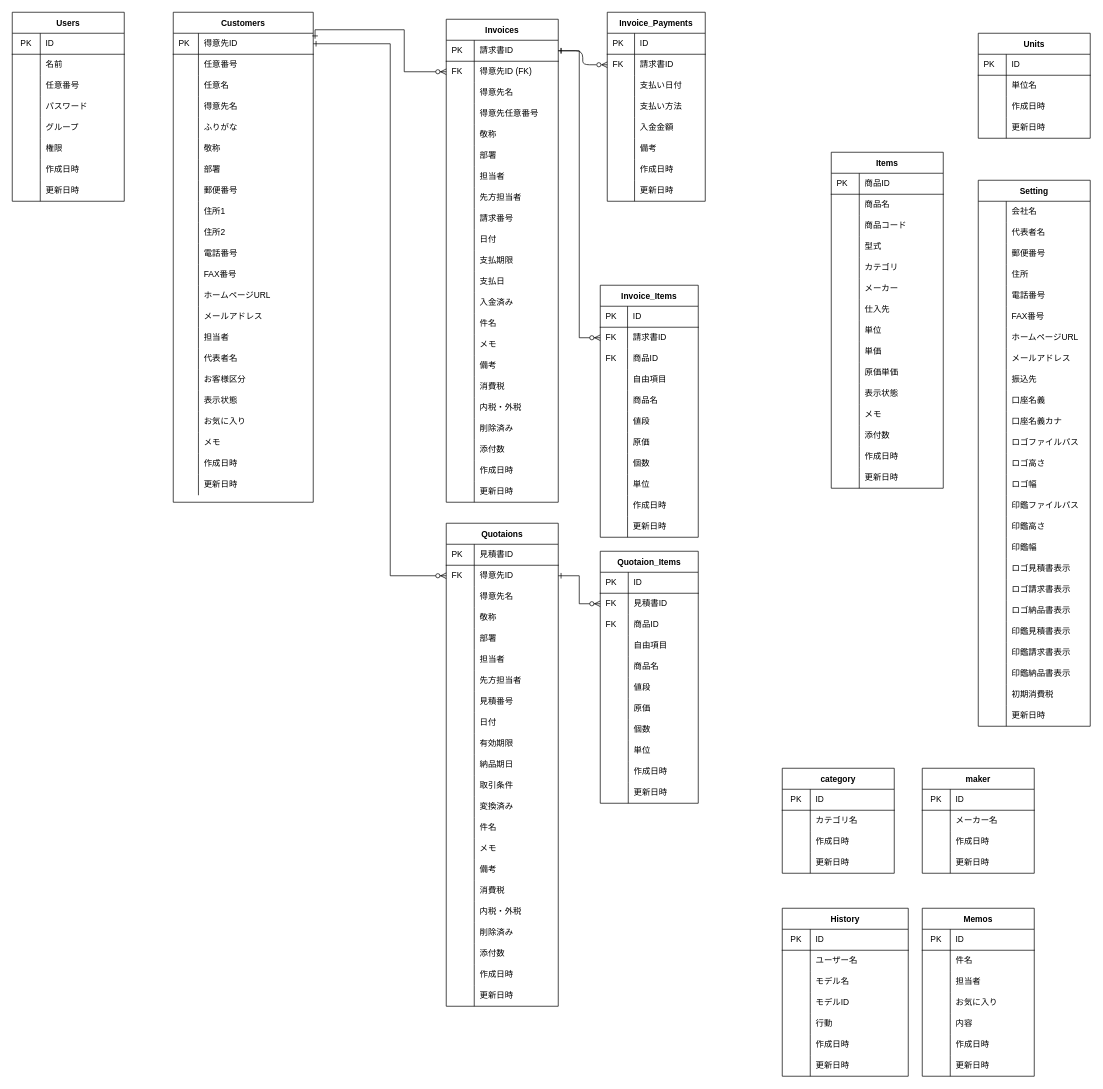
Before: soho_er.dio in gamasenninn/caddie-clone, a draw.io diagram. Source tidied: cells renumbered, new cells numbered last; positions are measured from the earlier drawing's top-left corner, leaving out a move shared by most shapes. Both pictures are drawn from the tidied source at 70%, with x=0, y=0 at pixel (12, 12).
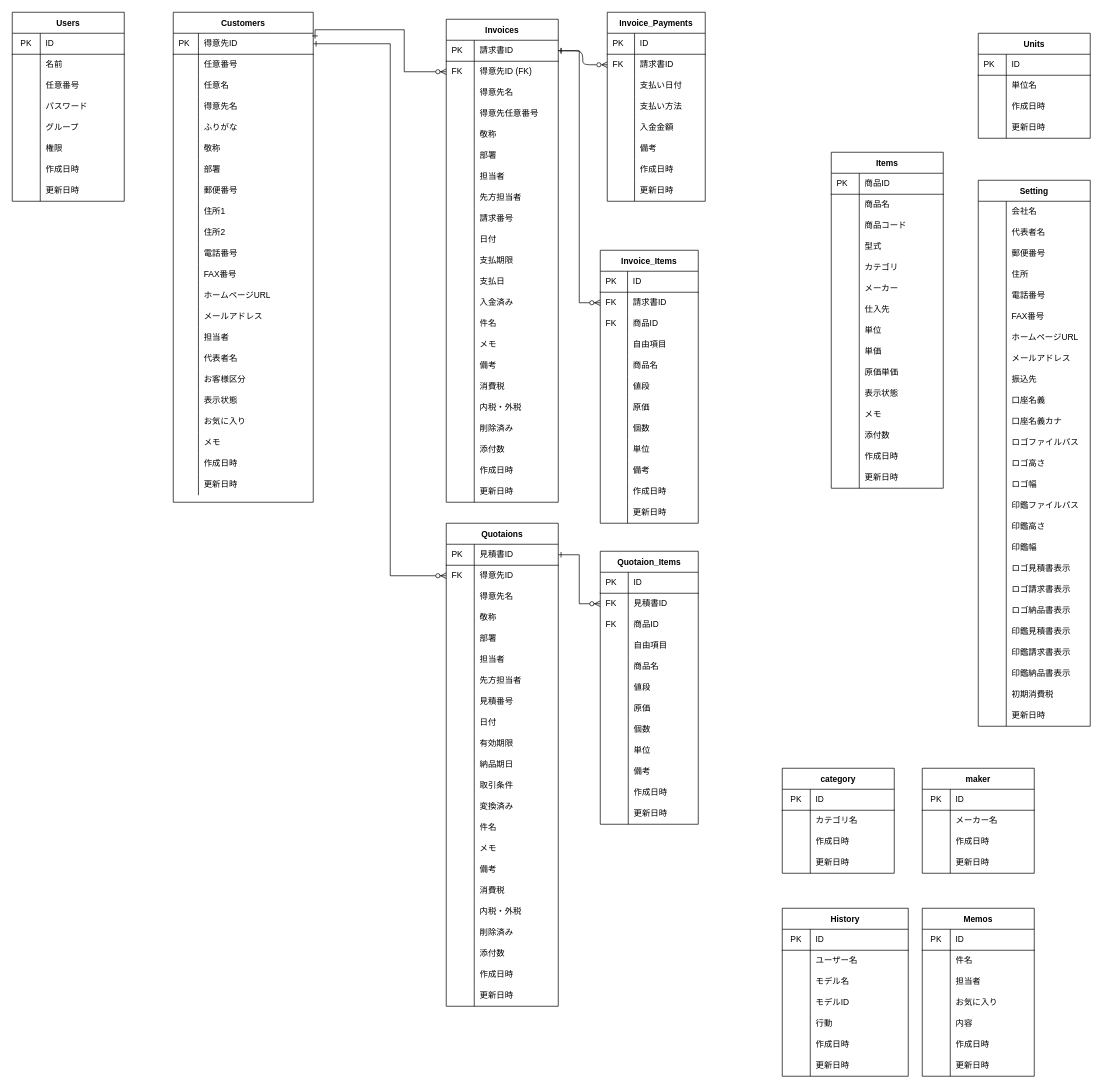
The same page after the edit.

Unchanged cells that the change refers to:
```xml
<mxCell id="217" style="shape=partialRectangle;html=1;whiteSpace=wrap;fillColor=none;top=0;left=0;bottom=1;right=0;points=[[0,0.5],[1,0.5]];portConstraint=eastwest;" parent="216" vertex="1">
  <mxGeometry y="30" width="160" height="30" as="geometry" />
</mxCell>
<mxCell id="220" style="shape=partialRectangle;html=1;whiteSpace=wrap;fillColor=none;top=0;left=0;bottom=0;right=0;points=[[0,0.5],[1,0.5]];portConstraint=eastwest;" parent="216" vertex="1">
  <mxGeometry y="60" width="160" height="30" as="geometry" />
</mxCell>
<mxCell id="287" style="shape=partialRectangle;html=1;whiteSpace=wrap;fillColor=none;top=0;left=0;bottom=0;right=0;points=[[0,0.5],[1,0.5]];portConstraint=eastwest;" parent="283" vertex="1">
  <mxGeometry y="60" width="140" height="30" as="geometry" />
</mxCell>
```

Diff of the diagram source:
```diff
@@
     <mxCell id="182" value="Invoice_Items" style="shape=table;startSize=30;childLayout=tableLayout;rowLines=0;fontStyle=1;align=center;" parent="1" vertex="1">
-      <mxGeometry x="840" y="390" width="140" height="360" as="geometry" />
+      <mxGeometry x="840" y="340" width="140" height="390" as="geometry" />
     </mxCell>
@@
+    <mxCell id="531" style="shape=partialRectangle;html=1;whiteSpace=wrap;fillColor=none;top=0;left=0;bottom=0;right=0;" parent="182" vertex="1">
+      <mxGeometry y="300" width="140" height="30" as="geometry" />
+    </mxCell>
+    <mxCell id="532" style="shape=partialRectangle;html=1;whiteSpace=wrap;fillColor=none;top=0;left=0;bottom=0;right=0;align=left;spacingLeft=6;overflow=hidden;" parent="531" vertex="1">
+      <mxGeometry width="39" height="30" as="geometry" />
+    </mxCell>
+    <mxCell id="533" value="備考" style="shape=partialRectangle;html=1;whiteSpace=wrap;fillColor=none;top=0;left=0;bottom=0;right=0;align=left;spacingLeft=6;overflow=hidden;" parent="531" vertex="1">
+      <mxGeometry x="39" width="101" height="30" as="geometry" />
+    </mxCell>
     <mxCell id="210" style="shape=partialRectangle;html=1;whiteSpace=wrap;fillColor=none;top=0;left=0;bottom=0;right=0;" parent="182" vertex="1">
-      <mxGeometry y="300" width="140" height="30" as="geometry" />
+      <mxGeometry y="330" width="140" height="30" as="geometry" />
     </mxCell>
@@
     <mxCell id="213" style="shape=partialRectangle;html=1;whiteSpace=wrap;fillColor=none;top=0;left=0;bottom=0;right=0;" parent="182" vertex="1">
-      <mxGeometry y="330" width="140" height="30" as="geometry" />
+      <mxGeometry y="360" width="140" height="30" as="geometry" />
     </mxCell>
@@
     <mxCell id="283" value="Quotaion_Items" style="shape=table;startSize=30;childLayout=tableLayout;rowLines=0;fontStyle=1;align=center;" parent="1" vertex="1">
-      <mxGeometry x="840" y="770" width="140" height="360" as="geometry" />
+      <mxGeometry x="840" y="770" width="140" height="390" as="geometry" />
     </mxCell>
@@
+    <mxCell id="534" style="shape=partialRectangle;html=1;whiteSpace=wrap;fillColor=none;top=0;left=0;bottom=0;right=0;" parent="283" vertex="1">
+      <mxGeometry y="300" width="140" height="30" as="geometry" />
+    </mxCell>
+    <mxCell id="535" style="shape=partialRectangle;html=1;whiteSpace=wrap;fillColor=none;top=0;left=0;bottom=0;right=0;align=left;spacingLeft=6;overflow=hidden;" parent="534" vertex="1">
+      <mxGeometry width="40" height="30" as="geometry" />
+    </mxCell>
+    <mxCell id="536" value="備考" style="shape=partialRectangle;html=1;whiteSpace=wrap;fillColor=none;top=0;left=0;bottom=0;right=0;align=left;spacingLeft=6;overflow=hidden;" parent="534" vertex="1">
+      <mxGeometry x="40" width="100" height="30" as="geometry" />
+    </mxCell>
     <mxCell id="311" style="shape=partialRectangle;html=1;whiteSpace=wrap;fillColor=none;top=0;left=0;bottom=0;right=0;" parent="283" vertex="1">
-      <mxGeometry y="300" width="140" height="30" as="geometry" />
+      <mxGeometry y="330" width="140" height="30" as="geometry" />
     </mxCell>
@@
     <mxCell id="314" style="shape=partialRectangle;html=1;whiteSpace=wrap;fillColor=none;top=0;left=0;bottom=0;right=0;" parent="283" vertex="1">
-      <mxGeometry y="330" width="140" height="30" as="geometry" />
+      <mxGeometry y="360" width="140" height="30" as="geometry" />
     </mxCell>
@@
-    <mxCell id="409" style="edgeStyle=orthogonalEdgeStyle;rounded=0;jettySize=auto;html=1;exitX=0;exitY=0.5;exitDx=0;exitDy=0;entryX=1;entryY=0.5;entryDx=0;entryDy=0;startArrow=ERzeroToMany;startFill=1;endArrow=ERone;endFill=0;" parent="1" edge="1" source="287" target="220">
+    <mxCell id="409" style="edgeStyle=orthogonalEdgeStyle;rounded=0;jettySize=auto;html=1;exitX=0;exitY=0.5;exitDx=0;exitDy=0;entryX=1;entryY=0.5;entryDx=0;entryDy=0;startArrow=ERzeroToMany;startFill=1;endArrow=ERone;endFill=0;" parent="1" edge="1" source="287" target="217">
       <mxGeometry relative="1" as="geometry" />
     </mxCell>
```
